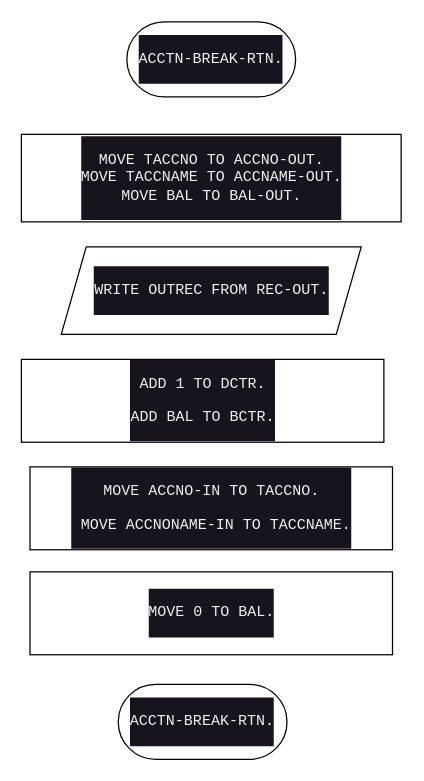
Before: page "accnt-break-rtn" (4 of 5) of diagram.drawio in williebonavente/acct-num, a draw.io diagram. Source tidied: cells renumbered, new cells numbered last; positions are measured from the earlier drawing's top-left corner, leaving out a move shared by most shapes. Both pictures are drawn from the tidied source at 125%, with x=0, y=0 at pixel (21, 21).
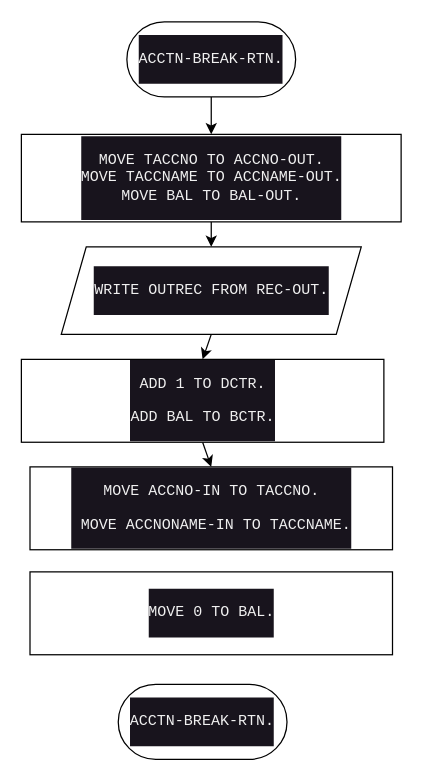
After the change.

What changed in the source:
```diff
@@
 <mxGraphModel>
   <root>
     <mxCell id="0" />
     <mxCell id="1" parent="0" />
+    <mxCell id="9" style="edgeStyle=none;html=1;exitX=0.5;exitY=1;exitDx=0;exitDy=0;entryX=0.5;entryY=0;entryDx=0;entryDy=0;" parent="1" edge="1" source="2" target="3">
+      <mxGeometry relative="1" as="geometry" />
+    </mxCell>
     <mxCell id="2" value="&lt;pre&gt;ACCTN-BREAK-RTN.&lt;/pre&gt;" style="rounded=1;whiteSpace=wrap;html=1;labelBackgroundColor=#18141D;fontColor=#F0F0F0;arcSize=50;" parent="1" vertex="1">
       <mxGeometry x="84" width="135" height="60" as="geometry" />
     </mxCell>
+    <mxCell id="10" style="edgeStyle=none;html=1;exitX=0.5;exitY=1;exitDx=0;exitDy=0;entryX=0.5;entryY=0;entryDx=0;entryDy=0;" parent="1" edge="1" source="3" target="4">
+      <mxGeometry relative="1" as="geometry" />
+    </mxCell>
     <mxCell id="3" value="&lt;pre&gt;MOVE TACCNO TO ACCNO-OUT.&lt;br&gt;MOVE TACCNAME TO ACCNAME-OUT.&lt;br&gt;MOVE BAL TO BAL-OUT.&lt;/pre&gt;" style="rounded=0;whiteSpace=wrap;html=1;labelBackgroundColor=#18141D;fontColor=#F0F0F0;" parent="1" vertex="1">
       <mxGeometry x="-0.4" y="90" width="303.8" height="70" as="geometry" />
     </mxCell>
+    <mxCell id="11" style="edgeStyle=none;html=1;exitX=0.5;exitY=1;exitDx=0;exitDy=0;entryX=0.5;entryY=0;entryDx=0;entryDy=0;" parent="1" edge="1" source="4" target="5">
+      <mxGeometry relative="1" as="geometry" />
+    </mxCell>
     <mxCell id="4" value="&lt;pre&gt;WRITE OUTREC FROM REC-OUT.&lt;/pre&gt;&lt;p align=&quot;center&quot; class=&quot;MsoNormal&quot;&gt;&lt;/p&gt;" style="shape=parallelogram;perimeter=parallelogramPerimeter;whiteSpace=wrap;html=1;fixedSize=1;labelBackgroundColor=#18141D;fontColor=#F0F0F0;" parent="1" vertex="1">
       <mxGeometry x="31.5" y="180" width="240" height="70" as="geometry" />
     </mxCell>
+    <mxCell id="12" style="edgeStyle=none;html=1;exitX=0.5;exitY=1;exitDx=0;exitDy=0;entryX=0.5;entryY=0;entryDx=0;entryDy=0;" parent="1" edge="1" source="5" target="6">
+      <mxGeometry relative="1" as="geometry" />
+    </mxCell>
     <mxCell id="5" value="&lt;pre&gt;ADD 1 TO DCTR.&lt;/pre&gt;&lt;pre&gt;ADD BAL TO BCTR.&lt;/pre&gt;" style="rounded=0;whiteSpace=wrap;html=1;labelBackgroundColor=#18141D;fontColor=#F0F0F0;" parent="1" vertex="1">
       <mxGeometry x="-0.4" y="270" width="290" height="66.3" as="geometry" />
     </mxCell>
     <mxCell id="6" value="&lt;pre&gt;MOVE ACCNO-IN TO TACCNO.&lt;/pre&gt;&lt;pre&gt; MOVE ACCNONAME-IN TO TACCNAME.&lt;/pre&gt;" style="rounded=0;whiteSpace=wrap;html=1;labelBackgroundColor=#18141D;fontColor=#F0F0F0;" parent="1" vertex="1">
       <mxGeometry x="6.5" y="356" width="290" height="66.3" as="geometry" />
     </mxCell>
     <mxCell id="7" value="&lt;pre&gt;MOVE 0 TO BAL.&lt;/pre&gt;" style="rounded=0;whiteSpace=wrap;html=1;labelBackgroundColor=#18141D;fontColor=#F0F0F0;" parent="1" vertex="1">
       <mxGeometry x="6.5" y="440" width="290" height="66.3" as="geometry" />
     </mxCell>
     <mxCell id="8" value="&lt;pre&gt;ACCTN-BREAK-RTN.&lt;/pre&gt;" style="rounded=1;whiteSpace=wrap;html=1;labelBackgroundColor=#18141D;fontColor=#F0F0F0;arcSize=50;" parent="1" vertex="1">
       <mxGeometry x="77.1" y="530" width="135" height="60" as="geometry" />
     </mxCell>
   </root>
 </mxGraphModel>
```
